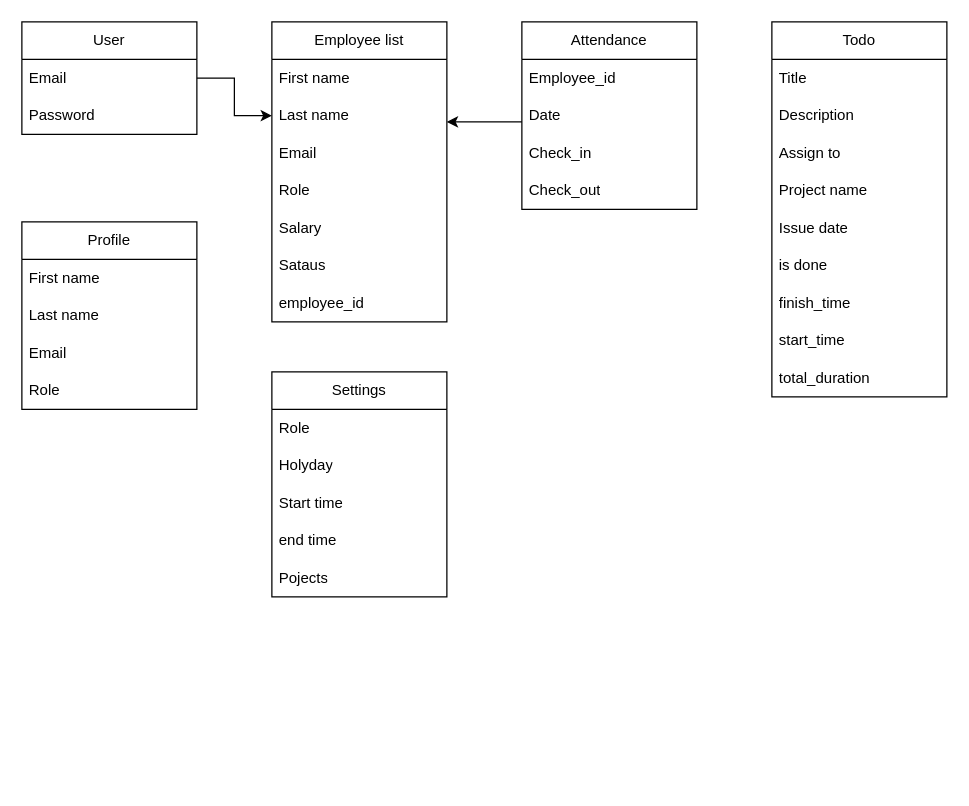
Earlier version of the draw.io diagram database design.drawio (ZiadAbdulBari/employee-management-backend). Source tidied: cells renumbered, new cells numbered last; positions are measured from the earlier drawing's top-left corner, leaving out a move shared by most shapes. Both pictures are drawn from the tidied source at 125%, with x=0, y=0 at pixel (21, 21).
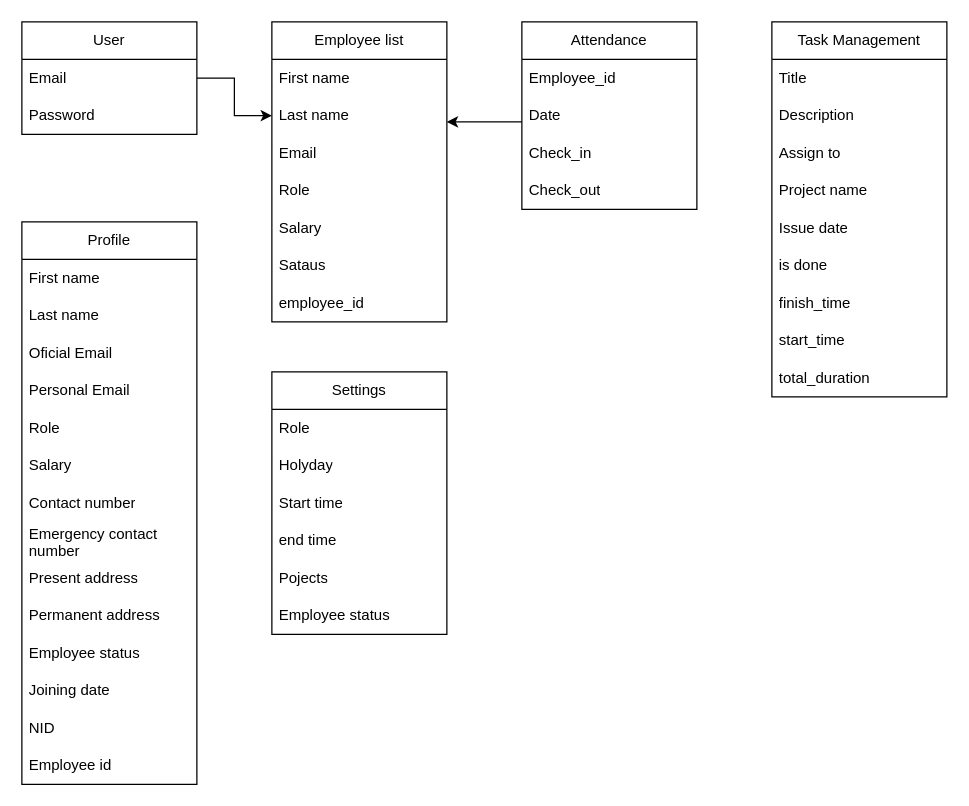
The same page after the edit.

Diff of the diagram source:
```diff
@@
-    <mxCell id="19" value="Todo" style="swimlane;fontStyle=0;horizontal=1;startSize=30;whiteSpace=wrap;html=1;" parent="1" vertex="1">
+    <mxCell id="19" value="Task Management" style="swimlane;fontStyle=0;horizontal=1;startSize=30;whiteSpace=wrap;html=1;" parent="1" vertex="1">
       <mxGeometry x="600" width="140" height="300" as="geometry" />
     </mxCell>
@@
     <mxCell id="29" value="Profile" style="swimlane;fontStyle=0;horizontal=1;startSize=30;whiteSpace=wrap;html=1;" parent="1" vertex="1">
-      <mxGeometry y="160" width="140" height="150" as="geometry" />
+      <mxGeometry y="160" width="140" height="450" as="geometry" />
     </mxCell>
@@
+    <mxCell id="41" value="Oficial Email" style="text;strokeColor=none;fillColor=none;align=left;verticalAlign=middle;spacingLeft=4;spacingRight=4;overflow=hidden;whiteSpace=wrap;html=1;" parent="29" vertex="1">
+      <mxGeometry y="90" width="140" height="30" as="geometry" />
+    </mxCell>
-    <mxCell id="32" value="Email" style="text;strokeColor=none;fillColor=none;align=left;verticalAlign=middle;spacingLeft=4;spacingRight=4;overflow=hidden;whiteSpace=wrap;html=1;" parent="29" vertex="1">
-      <mxGeometry y="90" width="140" height="30" as="geometry" />
+    <mxCell id="32" value="Personal Email" style="text;strokeColor=none;fillColor=none;align=left;verticalAlign=middle;spacingLeft=4;spacingRight=4;overflow=hidden;whiteSpace=wrap;html=1;" parent="29" vertex="1">
+      <mxGeometry y="120" width="140" height="30" as="geometry" />
     </mxCell>
     <mxCell id="33" value="Role" style="text;strokeColor=none;fillColor=none;align=left;verticalAlign=middle;spacingLeft=4;spacingRight=4;overflow=hidden;whiteSpace=wrap;html=1;" parent="29" vertex="1">
-      <mxGeometry y="120" width="140" height="30" as="geometry" />
+      <mxGeometry y="150" width="140" height="30" as="geometry" />
     </mxCell>
+    <mxCell id="42" value="Salary" style="text;strokeColor=none;fillColor=none;align=left;verticalAlign=middle;spacingLeft=4;spacingRight=4;overflow=hidden;whiteSpace=wrap;html=1;" parent="29" vertex="1">
+      <mxGeometry y="180" width="140" height="30" as="geometry" />
+    </mxCell>
+    <mxCell id="43" value="Contact number" style="text;strokeColor=none;fillColor=none;align=left;verticalAlign=middle;spacingLeft=4;spacingRight=4;overflow=hidden;whiteSpace=wrap;html=1;" parent="29" vertex="1">
+      <mxGeometry y="210" width="140" height="30" as="geometry" />
+    </mxCell>
+    <mxCell id="44" value="Emergency contact number" style="text;strokeColor=none;fillColor=none;align=left;verticalAlign=middle;spacingLeft=4;spacingRight=4;overflow=hidden;whiteSpace=wrap;html=1;" parent="29" vertex="1">
+      <mxGeometry y="240" width="140" height="30" as="geometry" />
+    </mxCell>
+    <mxCell id="45" value="Present address" style="text;strokeColor=none;fillColor=none;align=left;verticalAlign=middle;spacingLeft=4;spacingRight=4;overflow=hidden;whiteSpace=wrap;html=1;" parent="29" vertex="1">
+      <mxGeometry y="270" width="140" height="30" as="geometry" />
+    </mxCell>
+    <mxCell id="46" value="Permanent address" style="text;strokeColor=none;fillColor=none;align=left;verticalAlign=middle;spacingLeft=4;spacingRight=4;overflow=hidden;whiteSpace=wrap;html=1;" parent="29" vertex="1">
+      <mxGeometry y="300" width="140" height="30" as="geometry" />
+    </mxCell>
+    <mxCell id="47" value="Employee status" style="text;strokeColor=none;fillColor=none;align=left;verticalAlign=middle;spacingLeft=4;spacingRight=4;overflow=hidden;whiteSpace=wrap;html=1;" parent="29" vertex="1">
+      <mxGeometry y="330" width="140" height="30" as="geometry" />
+    </mxCell>
+    <mxCell id="48" value="Joining date" style="text;strokeColor=none;fillColor=none;align=left;verticalAlign=middle;spacingLeft=4;spacingRight=4;overflow=hidden;whiteSpace=wrap;html=1;" parent="29" vertex="1">
+      <mxGeometry y="360" width="140" height="30" as="geometry" />
+    </mxCell>
+    <mxCell id="49" value="NID" style="text;strokeColor=none;fillColor=none;align=left;verticalAlign=middle;spacingLeft=4;spacingRight=4;overflow=hidden;whiteSpace=wrap;html=1;" parent="29" vertex="1">
+      <mxGeometry y="390" width="140" height="30" as="geometry" />
+    </mxCell>
+    <mxCell id="50" value="Employee id" style="text;strokeColor=none;fillColor=none;align=left;verticalAlign=middle;spacingLeft=4;spacingRight=4;overflow=hidden;whiteSpace=wrap;html=1;" parent="29" vertex="1">
+      <mxGeometry y="420" width="140" height="30" as="geometry" />
+    </mxCell>
     <mxCell id="34" value="Settings" style="swimlane;fontStyle=0;horizontal=1;startSize=30;whiteSpace=wrap;html=1;" parent="1" vertex="1">
-      <mxGeometry x="200" y="280" width="140" height="180" as="geometry" />
+      <mxGeometry x="200" y="280" width="140" height="210" as="geometry" />
     </mxCell>
@@
+    <mxCell id="51" value="Employee status" style="text;strokeColor=none;fillColor=none;align=left;verticalAlign=middle;spacingLeft=4;spacingRight=4;overflow=hidden;whiteSpace=wrap;html=1;" parent="34" vertex="1">
+      <mxGeometry y="180" width="140" height="30" as="geometry" />
+    </mxCell>
```
